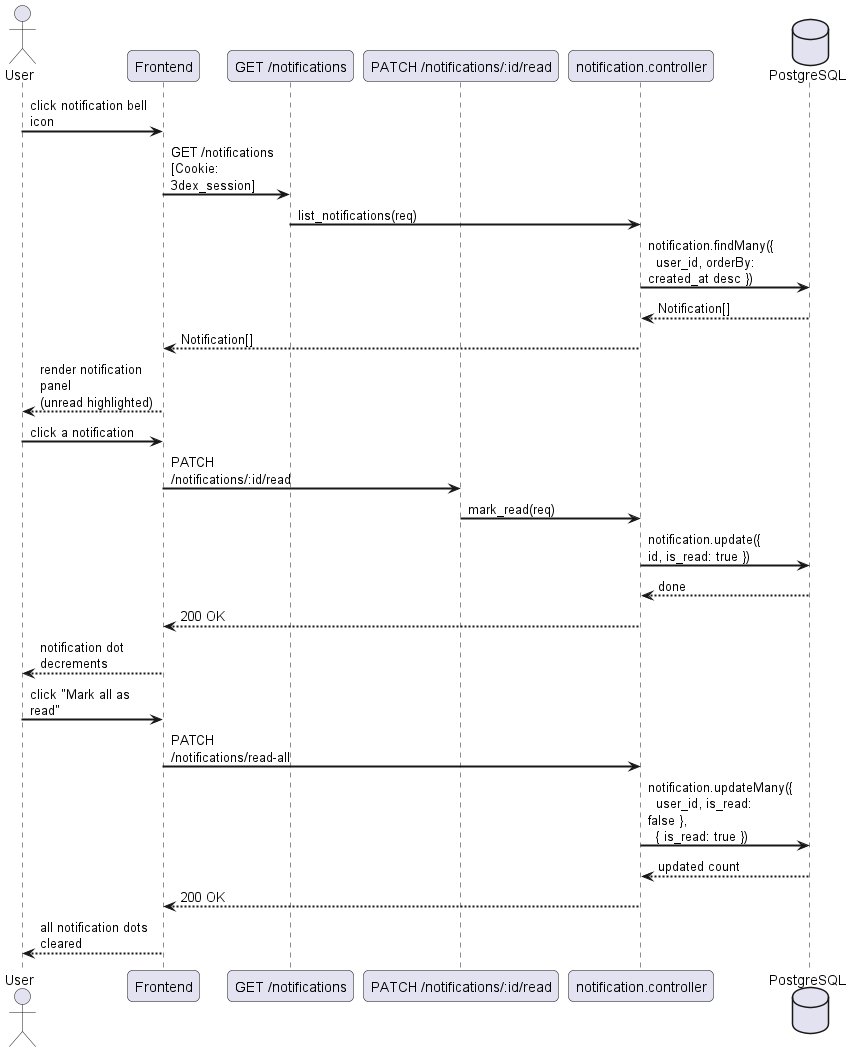
Schryzon/3Dex keeps this PlantUML diagram as docs/diagrams/exports/sequence/notifications/sequence_notifications.png. Above is the earlier version.
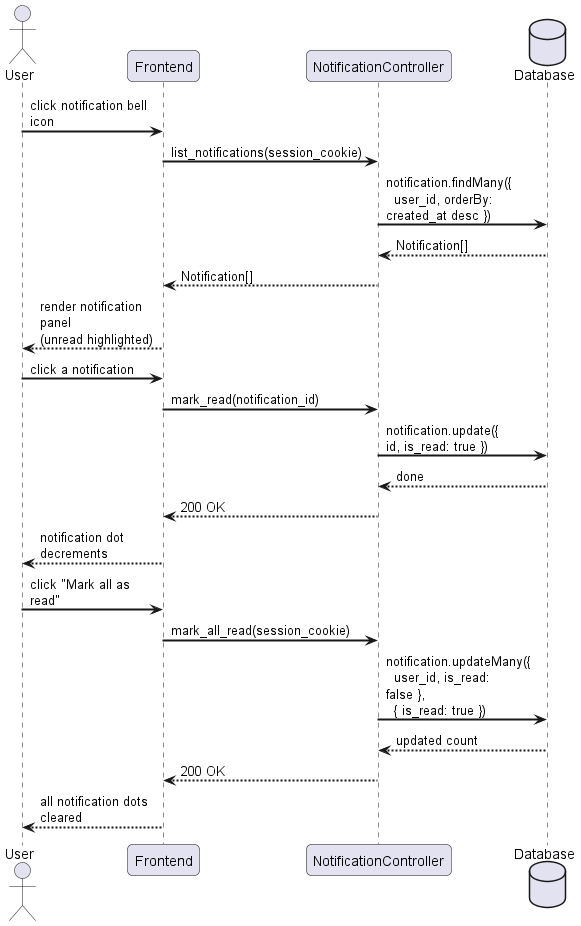
Later version of the same file.

The edit, as a diff of the source:
```diff
@@ -5,29 +5,25 @@
 
 actor "User" as U
 participant "Frontend" as FE
-participant "GET /notifications" as NAPI
-participant "PATCH /notifications/:id/read" as RAPI
-participant "notification.controller" as NC
-database "PostgreSQL" as DB
+participant "NotificationController" as NC
+database "Database" as DB
 
 U -> FE : click notification bell icon
-FE -> NAPI : GET /notifications\n[Cookie: 3dex_session]
-NAPI -> NC : list_notifications(req)
+FE -> NC : list_notifications(session_cookie)
 NC -> DB : notification.findMany({\n  user_id, orderBy: created_at desc })
 DB --> NC : Notification[]
 NC --> FE : Notification[]
 FE --> U : render notification panel\n(unread highlighted)
 
 U -> FE : click a notification
-FE -> RAPI : PATCH /notifications/:id/read
-RAPI -> NC : mark_read(req)
+FE -> NC : mark_read(notification_id)
 NC -> DB : notification.update({ id, is_read: true })
 DB --> NC : done
 NC --> FE : 200 OK
 FE --> U : notification dot decrements
 
 U -> FE : click "Mark all as read"
-FE -> NC : PATCH /notifications/read-all
+FE -> NC : mark_all_read(session_cookie)
 NC -> DB : notification.updateMany({\n  user_id, is_read: false },\n  { is_read: true })
 DB --> NC : updated count
 NC --> FE : 200 OK
```
